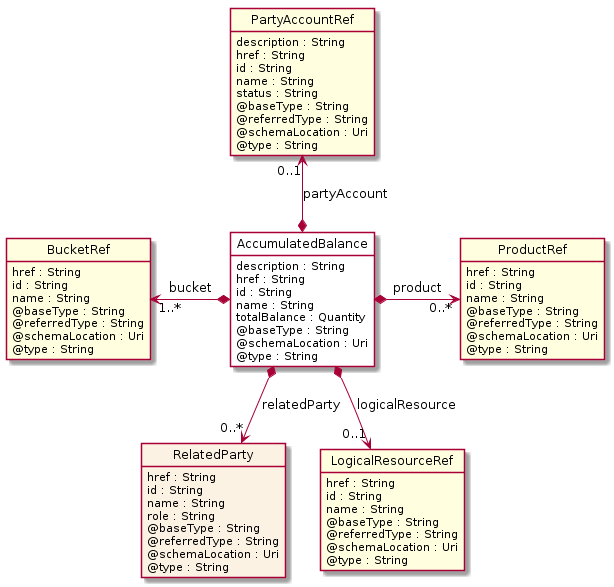
The PlantUML diagram apis/TMF654_PrepayBalance/documentation/diagrams/Resource_AccumulatedBalance.png in tmforum-apis/Open_Api_And_Data_Model, before a commit.
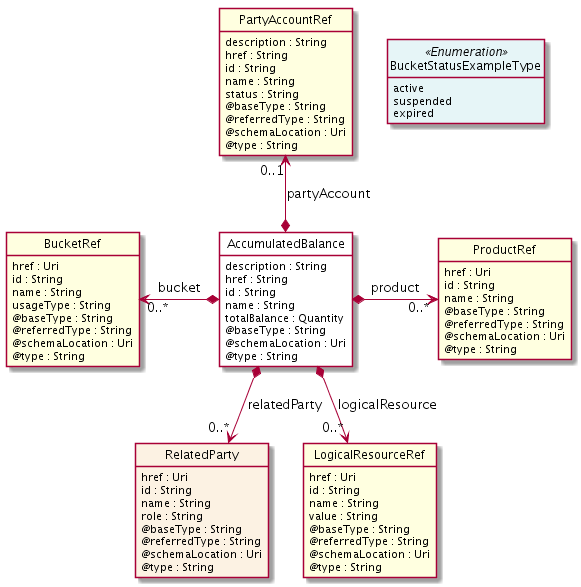
The same file after the commit.

Diff of the diagram source:
```diff
@@ -21,8 +21,14 @@
     @type : String
 }
 
+class BucketStatusExampleType <<Enumeration>> {
+    active
+    suspended
+    expired
+}
+
 class ProductRef  <<Ref>> {
-    href : String
+    href : Uri
     id : String
     name : String
     @baseType : String
@@ -32,7 +38,7 @@
 }
 
 class RelatedParty  {
-    href : String
+    href : Uri
     id : String
     name : String
     role : String
@@ -43,9 +49,10 @@
 }
 
 class LogicalResourceRef  <<Ref>> {
-    href : String
+    href : Uri
     id : String
     name : String
+    value : String
     @baseType : String
     @referredType : String
     @schemaLocation : Uri
@@ -53,9 +60,10 @@
 }
 
 class BucketRef  <<Ref>> {
-    href : String
+    href : Uri
     id : String
     name : String
+    usageType : String
     @baseType : String
     @referredType : String
     @schemaLocation : Uri
@@ -74,7 +82,7 @@
     @type : String
 }
 
-BucketRef "1..*" <-left-* AccumulatedBalance : bucket
+BucketRef "0..*" <-left-* AccumulatedBalance : bucket
 
 AccumulatedBalance *-right-> "0..*" ProductRef : product
 
@@ -82,6 +90,6 @@
 
 AccumulatedBalance *-->  "0..*" RelatedParty : relatedParty
 
-AccumulatedBalance *-->  "0..1" LogicalResourceRef : logicalResource
+AccumulatedBalance *-->  "0..*" LogicalResourceRef : logicalResource
 
 @enduml
```
